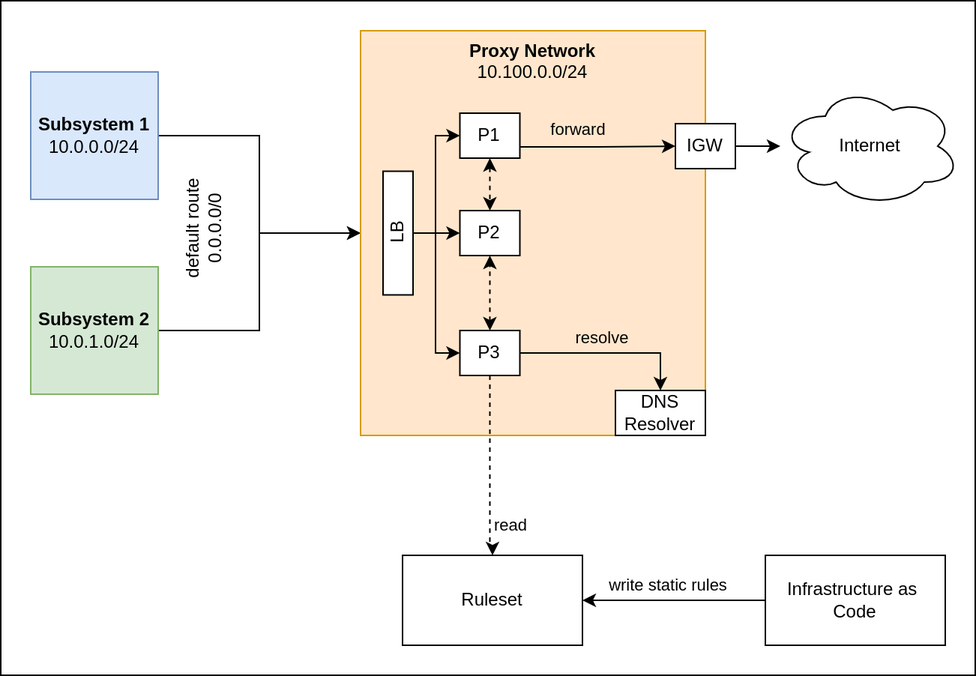
Before: assets/architecture.png, a diagram exported from draw.io (moolen/neuwerk). Source tidied: cells renumbered, new cells last; positions are measured from the earlier drawing's top-left corner, leaving out a move shared by most shapes.
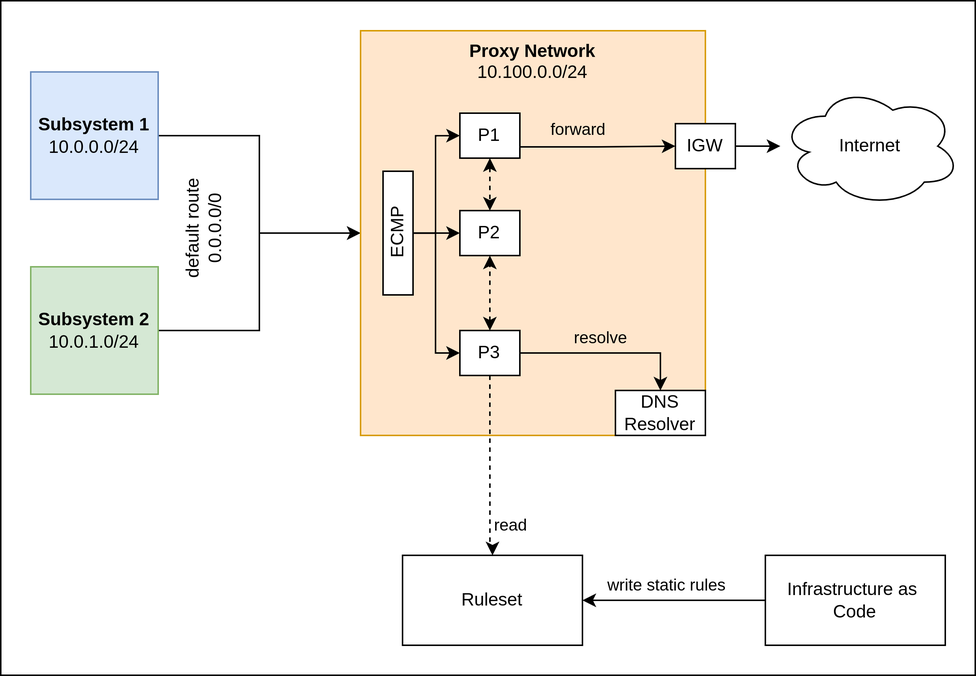
The same file after the commit.

Commit message:
chore: update arch diagram

Change to the diagram source:
```diff
@@ -54,7 +54,7 @@
         </Array>
       </mxGeometry>
     </mxCell>
-    <mxCell id="16" value="LB" style="whiteSpace=wrap;html=1;rotation=-90;" parent="1" vertex="1">
+    <mxCell id="16" value="ECMP" style="whiteSpace=wrap;html=1;rotation=-90;" parent="1" vertex="1">
       <mxGeometry x="223.8" y="145" width="82.5" height="20" as="geometry" />
     </mxCell>
     <mxCell id="17" value="forward" style="edgeStyle=orthogonalEdgeStyle;rounded=0;jettySize=auto;html=1;exitX=1;exitY=0.75;exitDx=0;exitDy=0;entryX=0;entryY=0.5;entryDx=0;entryDy=0;labelBackgroundColor=none;" parent="1" edge="1" source="19" target="11">
```
